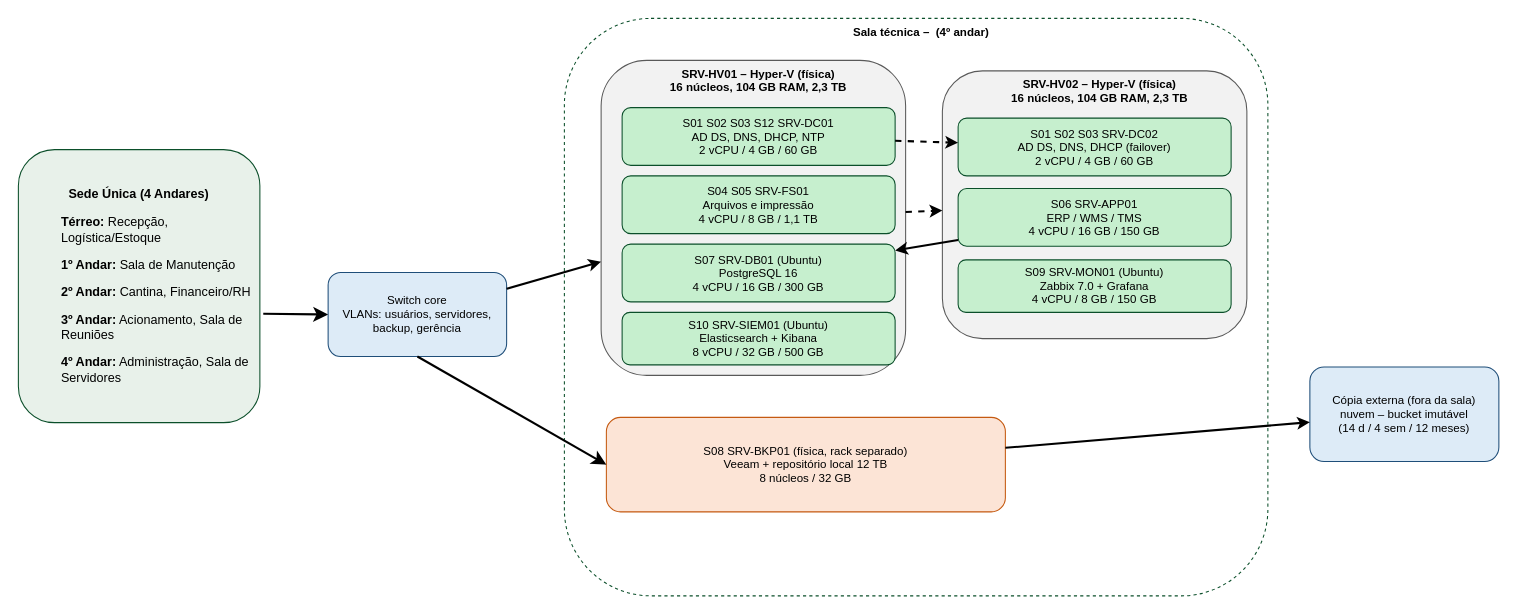
Earlier version of the draw.io diagram sistemas-operacionais/servicos.drawio (teverson-ramon-ux/projeto-infraestrutura-2026). Source tidied: cells renumbered, new cells numbered last; positions are measured from the earlier drawing's top-left corner, leaving out a move shared by most shapes. Both pictures are drawn from the tidied source at 105%, with x=0, y=0 at pixel (18, 18).
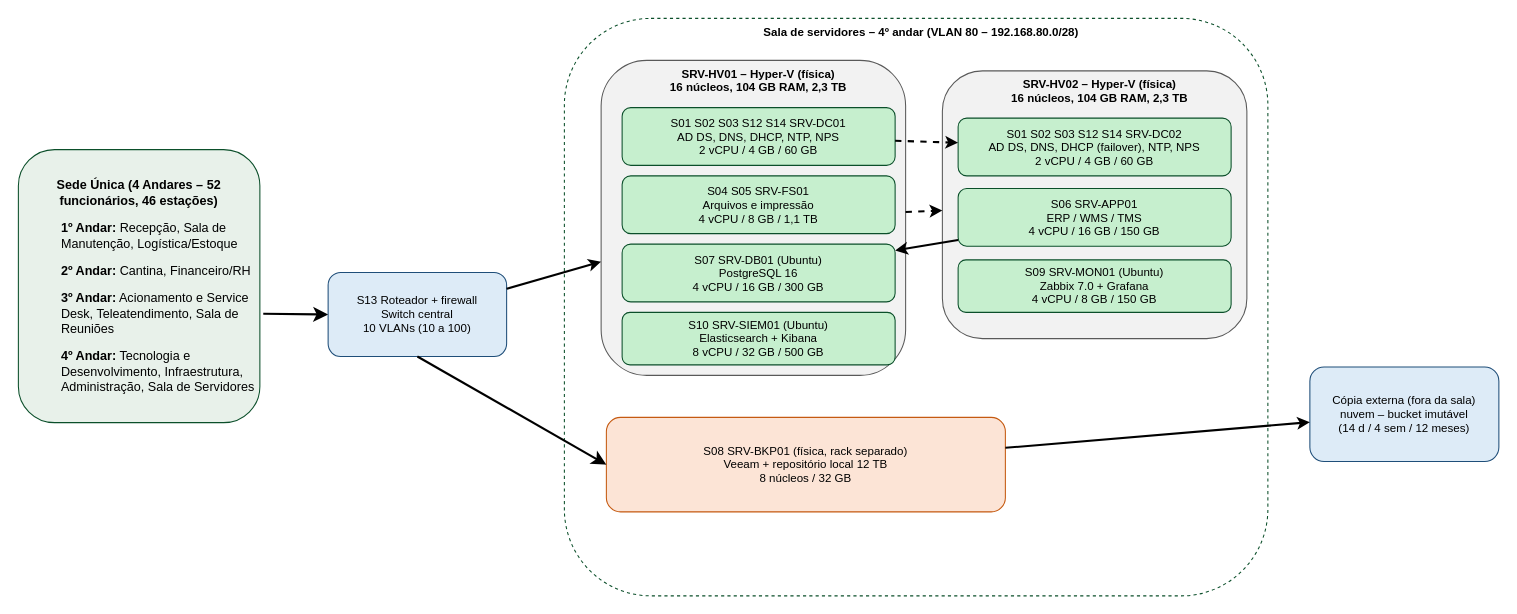
The same page after the edit.

What changed in the source:
```diff
@@
-    <mxCell id="2" value="Sala técnica –&amp;nbsp; (4º andar)" style="rounded=1;whiteSpace=wrap;html=1;fillColor=#FFFFFF;strokeColor=#0B4F2A;fontSize=11;dashed=1;verticalAlign=top;align=center;spacingLeft=10;fontStyle=1;" parent="1" vertex="1">
+    <mxCell id="2" value="Sala de servidores – 4º andar (VLAN 80 – 192.168.80.0/28)" style="rounded=1;whiteSpace=wrap;html=1;fillColor=#FFFFFF;strokeColor=#0B4F2A;fontSize=11;dashed=1;verticalAlign=top;align=center;spacingLeft=10;fontStyle=1;" parent="1" vertex="1">
       <mxGeometry x="520" width="670" height="550" as="geometry" />
     </mxCell>
@@
-    <mxCell id="5" value="&lt;p class=&quot;ng-star-inserted&quot;&gt;&lt;b&gt;Sede Única (4 Andares)&lt;/b&gt;&lt;/p&gt;&lt;blockquote style=&quot;margin: 0 0 0 40px; border: none; padding: 0px;&quot;&gt;&lt;p class=&quot;ng-star-inserted&quot; style=&quot;text-align: left;&quot;&gt;&lt;b style=&quot;background-color: transparent; color: light-dark(rgb(0, 0, 0), rgb(255, 255, 255));&quot;&gt;Térreo:&lt;/b&gt;&lt;span style=&quot;background-color: transparent; color: light-dark(rgb(0, 0, 0), rgb(255, 255, 255));&quot;&gt; Recepção, Logística/Estoque&lt;/span&gt;&lt;/p&gt;&lt;p class=&quot;ng-star-inserted&quot; style=&quot;text-align: left;&quot;&gt;&lt;b style=&quot;background-color: transparent; color: light-dark(rgb(0, 0, 0), rgb(255, 255, 255));&quot;&gt;1º Andar:&lt;/b&gt;&lt;span style=&quot;background-color: transparent; color: light-dark(rgb(0, 0, 0), rgb(255, 255, 255));&quot;&gt; Sala de Manutenção&lt;/span&gt;&lt;/p&gt;&lt;p class=&quot;ng-star-inserted&quot; style=&quot;text-align: left;&quot;&gt;&lt;b style=&quot;background-color: transparent; color: light-dark(rgb(0, 0, 0), rgb(255, 255, 255));&quot;&gt;2º Andar:&lt;/b&gt;&lt;span style=&quot;background-color: transparent; color: light-dark(rgb(0, 0, 0), rgb(255, 255, 255));&quot;&gt; Cantina, Financeiro/RH&lt;/span&gt;&lt;/p&gt;&lt;p class=&quot;ng-star-inserted&quot; style=&quot;text-align: left;&quot;&gt;&lt;b style=&quot;background-color: transparent; color: light-dark(rgb(0, 0, 0), rgb(255, 255, 255));&quot;&gt;3º Andar:&lt;/b&gt;&lt;span style=&quot;background-color: transparent; color: light-dark(rgb(0, 0, 0), rgb(255, 255, 255));&quot;&gt; Acionamento, Sala de Reuniões&lt;/span&gt;&lt;/p&gt;&lt;p class=&quot;ng-star-inserted&quot; style=&quot;text-align: left;&quot;&gt;&lt;b style=&quot;background-color: transparent; color: light-dark(rgb(0, 0, 0), rgb(255, 255, 255));&quot;&gt;4º Andar:&lt;/b&gt;&lt;span style=&quot;background-color: transparent; color: light-dark(rgb(0, 0, 0), rgb(255, 255, 255));&quot;&gt; Administração, Sala de Servidores&lt;/span&gt;&lt;/p&gt;&lt;/blockquote&gt;" style="rounded=1;whiteSpace=wrap;html=1;fillColor=#E8F1EA;strokeColor=#0B4F2A;fontSize=12;" parent="1" vertex="1">
+    <mxCell id="5" value="&lt;p class=&quot;ng-star-inserted&quot;&gt;&lt;b&gt;Sede Única (4 Andares – 52 funcionários, 46 estações)&lt;/b&gt;&lt;/p&gt;&lt;blockquote style=&quot;margin: 0 0 0 40px; border: none; padding: 0px;&quot;&gt;&lt;p class=&quot;ng-star-inserted&quot; style=&quot;text-align: left;&quot;&gt;&lt;b style=&quot;background-color: transparent; color: light-dark(rgb(0, 0, 0), rgb(255, 255, 255));&quot;&gt;1º Andar:&lt;/b&gt;&lt;span style=&quot;background-color: transparent; color: light-dark(rgb(0, 0, 0), rgb(255, 255, 255));&quot;&gt; Recepção, Sala de Manutenção, Logística/Estoque&lt;/span&gt;&lt;/p&gt;&lt;p class=&quot;ng-star-inserted&quot; style=&quot;text-align: left;&quot;&gt;&lt;b style=&quot;background-color: transparent; color: light-dark(rgb(0, 0, 0), rgb(255, 255, 255));&quot;&gt;2º Andar:&lt;/b&gt;&lt;span style=&quot;background-color: transparent; color: light-dark(rgb(0, 0, 0), rgb(255, 255, 255));&quot;&gt; Cantina, Financeiro/RH&lt;/span&gt;&lt;/p&gt;&lt;p class=&quot;ng-star-inserted&quot; style=&quot;text-align: left;&quot;&gt;&lt;b style=&quot;background-color: transparent; color: light-dark(rgb(0, 0, 0), rgb(255, 255, 255));&quot;&gt;3º Andar:&lt;/b&gt;&lt;span style=&quot;background-color: transparent; color: light-dark(rgb(0, 0, 0), rgb(255, 255, 255));&quot;&gt; Acionamento e Service Desk, Teleatendimento, Sala de Reuniões&lt;/span&gt;&lt;/p&gt;&lt;p class=&quot;ng-star-inserted&quot; style=&quot;text-align: left;&quot;&gt;&lt;b style=&quot;background-color: transparent; color: light-dark(rgb(0, 0, 0), rgb(255, 255, 255));&quot;&gt;4º Andar:&lt;/b&gt;&lt;span style=&quot;background-color: transparent; color: light-dark(rgb(0, 0, 0), rgb(255, 255, 255));&quot;&gt; Tecnologia e Desenvolvimento, Infraestrutura, Administração, Sala de Servidores&lt;/span&gt;&lt;/p&gt;&lt;/blockquote&gt;" style="rounded=1;whiteSpace=wrap;html=1;fillColor=#E8F1EA;strokeColor=#0B4F2A;fontSize=12;" parent="1" vertex="1">
       <mxGeometry y="125" width="230" height="260" as="geometry" />
     </mxCell>
-    <mxCell id="6" value="Switch core&lt;br&gt;VLANs: usuários, servidores,&lt;br&gt;backup, gerência" style="rounded=1;whiteSpace=wrap;html=1;fillColor=#DDEBF7;strokeColor=#1F4E79;fontSize=11;" parent="1" vertex="1">
+    <mxCell id="6" value="S13 Roteador + firewall&lt;br&gt;Switch central&lt;br&gt;10 VLANs (10 a 100)" style="rounded=1;whiteSpace=wrap;html=1;fillColor=#DDEBF7;strokeColor=#1F4E79;fontSize=11;" parent="1" vertex="1">
       <mxGeometry x="295" y="242" width="170" height="80" as="geometry" />
     </mxCell>
-    <mxCell id="7" value="S01 S02 S03 S12  SRV-DC01&lt;br&gt;AD DS, DNS, DHCP, NTP&lt;br&gt;2 vCPU / 4 GB / 60 GB" style="rounded=1;whiteSpace=wrap;html=1;fillColor=#C6EFCE;strokeColor=#0B4F2A;fontSize=11;" parent="1" vertex="1">
+    <mxCell id="7" value="S01 S02 S03 S12 S14  SRV-DC01&lt;br&gt;AD DS, DNS, DHCP, NTP, NPS&lt;br&gt;2 vCPU / 4 GB / 60 GB" style="rounded=1;whiteSpace=wrap;html=1;fillColor=#C6EFCE;strokeColor=#0B4F2A;fontSize=11;" parent="1" vertex="1">
       <mxGeometry x="575" y="85" width="260" height="55" as="geometry" />
     </mxCell>
@@
-    <mxCell id="11" value="S01 S02 S03  SRV-DC02&lt;br&gt;AD DS, DNS, DHCP (failover)&lt;br&gt;2 vCPU / 4 GB / 60 GB" style="rounded=1;whiteSpace=wrap;html=1;fillColor=#C6EFCE;strokeColor=#0B4F2A;fontSize=11;" parent="1" vertex="1">
+    <mxCell id="11" value="S01 S02 S03 S12 S14  SRV-DC02&lt;br&gt;AD DS, DNS, DHCP (failover), NTP, NPS&lt;br&gt;2 vCPU / 4 GB / 60 GB" style="rounded=1;whiteSpace=wrap;html=1;fillColor=#C6EFCE;strokeColor=#0B4F2A;fontSize=11;" parent="1" vertex="1">
       <mxGeometry x="895" y="95" width="260" height="55" as="geometry" />
     </mxCell>
```
